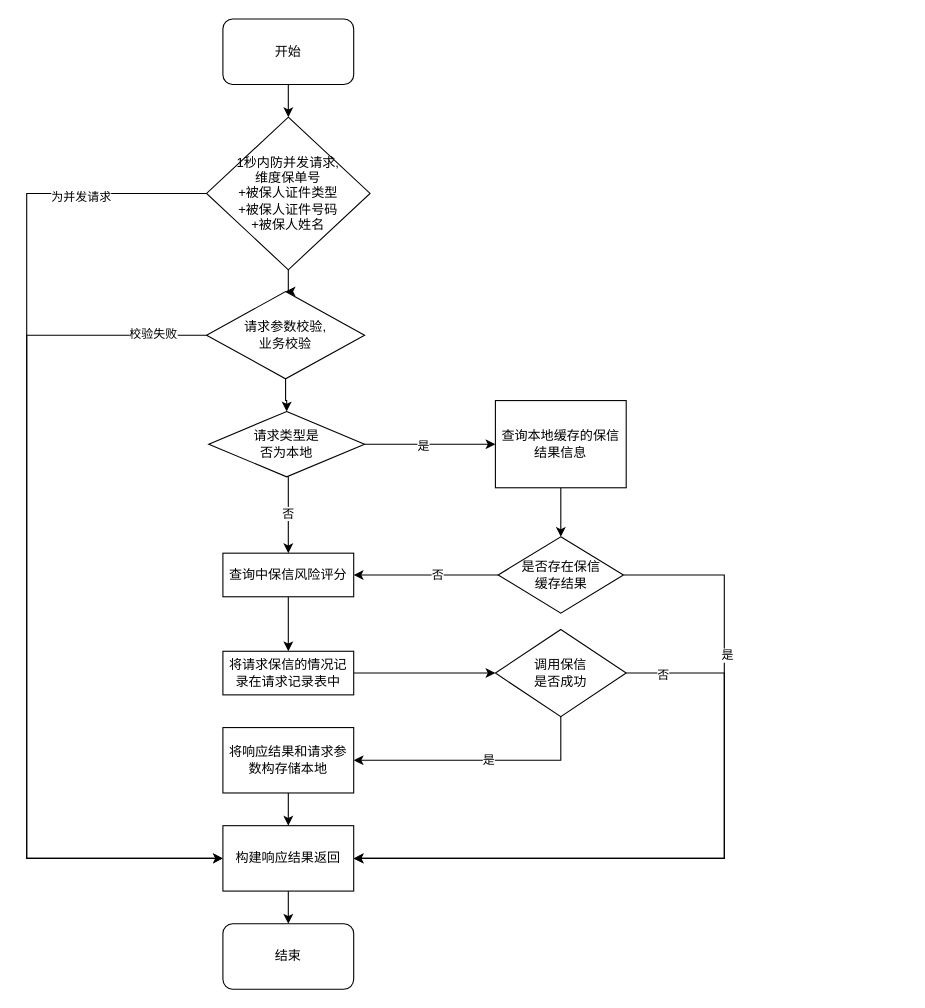
This is Untitled Diagram.drawio from ferityLi/OnlineDrawing, a draw.io file, before an edit. Source tidied: cells renumbered, new cells numbered last; positions are measured from the earlier drawing's top-left corner, leaving out a move shared by most shapes. Both pictures are drawn from the tidied source at 109%, with x=0, y=0 at pixel (26, 19).
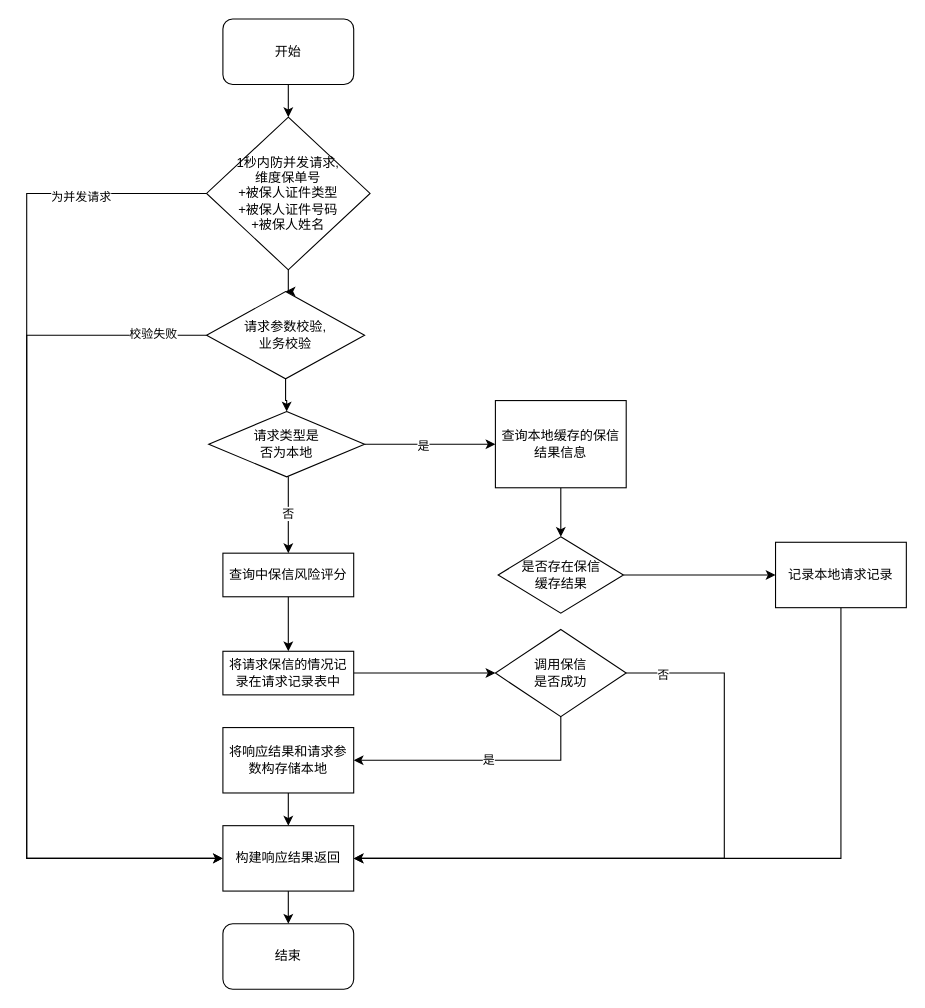
Above is the later version.

The change refers to these unchanged cells:
```xml
<mxCell id="19" value="查询中保信风险评分" style="rounded=0;whiteSpace=wrap;html=1;" parent="1" vertex="1">
  <mxGeometry x="180" y="490" width="120" height="40" as="geometry" />
</mxCell>
<mxCell id="24" value="是否存在保信&lt;br&gt;缓存结果" style="rhombus;whiteSpace=wrap;html=1;" parent="1" vertex="1">
  <mxGeometry x="432.5" y="475" width="115" height="70" as="geometry" />
</mxCell>
<mxCell id="36" value="构建响应结果返回" style="rounded=0;whiteSpace=wrap;html=1;" parent="1" vertex="1">
  <mxGeometry x="180" y="740" width="120" height="60" as="geometry" />
</mxCell>
```

The edit, as a diff of the source:
```diff
@@
-    <mxCell id="20" style="edgeStyle=orthogonalEdgeStyle;rounded=0;jettySize=auto;html=1;entryX=1;entryY=0.5;entryDx=0;entryDy=0;" parent="1" edge="1" source="24" target="19">
-      <mxGeometry relative="1" as="geometry" />
-    </mxCell>
-    <mxCell id="21" value="否" style="edgeLabel;html=1;align=center;verticalAlign=middle;" parent="20" vertex="1">
-      <mxGeometry x="-0.15" y="-1" relative="1" as="geometry" />
-    </mxCell>
-    <mxCell id="22" style="edgeStyle=orthogonalEdgeStyle;rounded=0;jettySize=auto;html=1;entryX=1;entryY=0.5;entryDx=0;entryDy=0;" parent="1" edge="1" source="24" target="36">
-      <mxGeometry relative="1" as="geometry">
-        <Array as="points">
-          <mxPoint x="640" y="510" />
-          <mxPoint x="640" y="770" />
-        </Array>
-      </mxGeometry>
-    </mxCell>
-    <mxCell id="23" value="是" style="edgeLabel;html=1;align=center;verticalAlign=middle;" parent="22" vertex="1">
-      <mxGeometry x="-0.52" y="2" relative="1" as="geometry" />
-    </mxCell>
+    <mxCell id="37" style="edgeStyle=orthogonalEdgeStyle;rounded=0;jettySize=auto;html=1;entryX=0;entryY=0.5;entryDx=0;entryDy=0;" parent="1" edge="1" source="24" target="39">
+      <mxGeometry relative="1" as="geometry" />
+    </mxCell>
@@
+    <mxCell id="38" style="edgeStyle=orthogonalEdgeStyle;rounded=0;jettySize=auto;html=1;entryX=1;entryY=0.5;entryDx=0;entryDy=0;" parent="1" edge="1" source="39" target="36">
+      <mxGeometry relative="1" as="geometry">
+        <Array as="points">
+          <mxPoint x="747" y="770" />
+        </Array>
+      </mxGeometry>
+    </mxCell>
+    <mxCell id="39" value="记录本地请求记录" style="rounded=0;whiteSpace=wrap;html=1;" parent="1" vertex="1">
+      <mxGeometry x="687" y="480" width="120" height="60" as="geometry" />
+    </mxCell>
```
